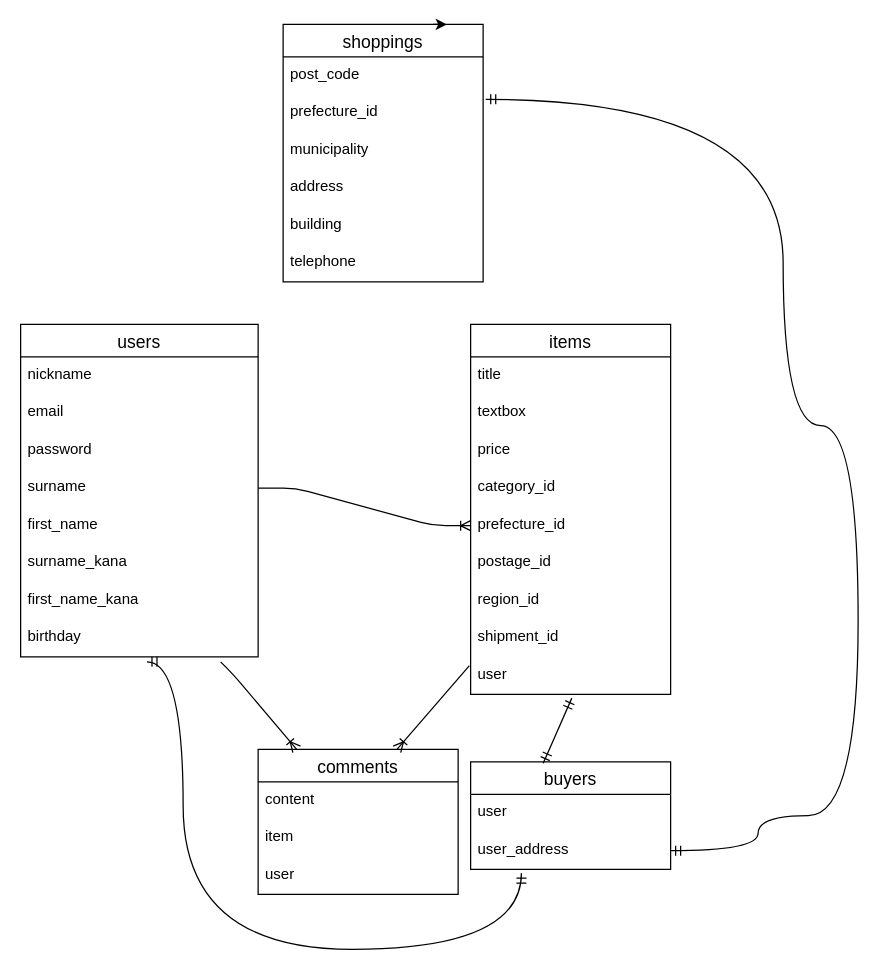
This is test.dio from obakaito05/furima-39126, a draw.io file, before an edit. Source tidied: cells renumbered, new cells numbered last; positions are measured from the earlier drawing's top-left corner, leaving out a move shared by most shapes. Both pictures are drawn from the tidied source at 125%, with x=0, y=0 at pixel (20, 24).
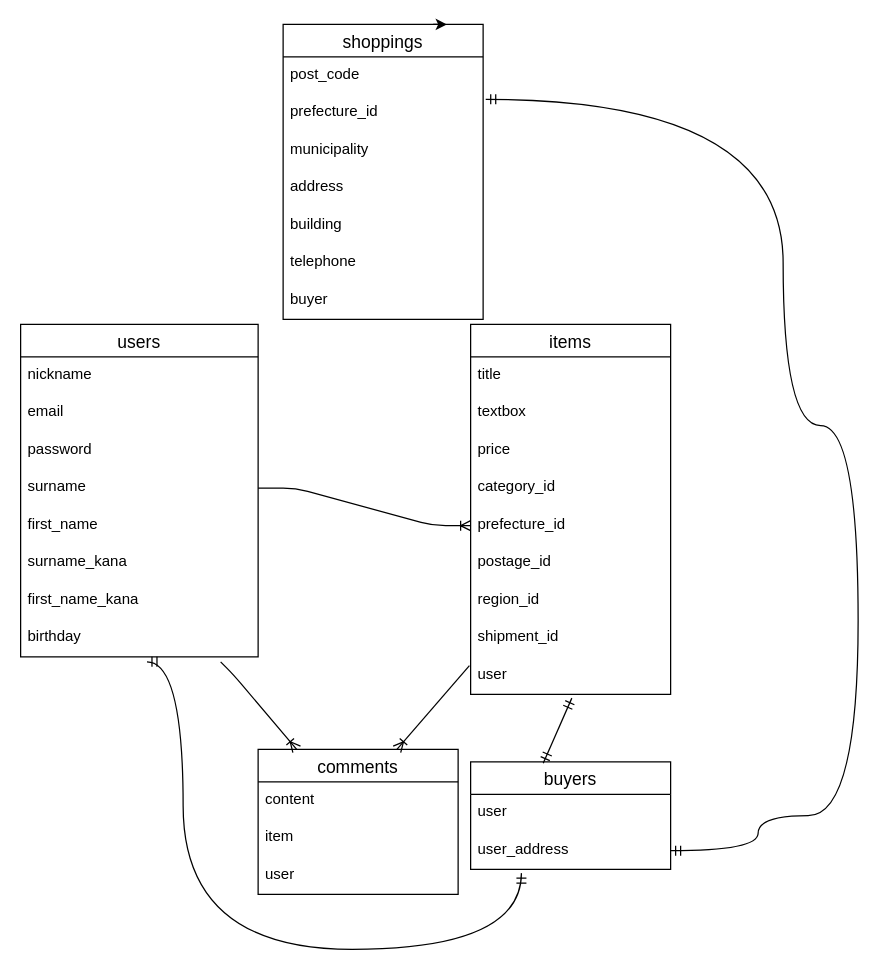
Above is the later version.

Commit message (it also covers changes not shown here):
データベース設計の修正5

Diff of the diagram source:
```diff
@@
     <mxCell id="32" value="shoppings" style="swimlane;fontStyle=0;horizontal=1;startSize=26;align=center;fontSize=14;" parent="1" vertex="1">
-      <mxGeometry x="210" width="160" height="206" as="geometry" />
+      <mxGeometry x="210" width="160" height="236" as="geometry" />
     </mxCell>
@@
+    <mxCell id="42" value="buyer" style="text;strokeColor=none;fillColor=none;spacingLeft=4;spacingRight=4;overflow=hidden;fontSize=12;" parent="32" vertex="1">
+      <mxGeometry y="206" width="160" height="30" as="geometry" />
+    </mxCell>
```
